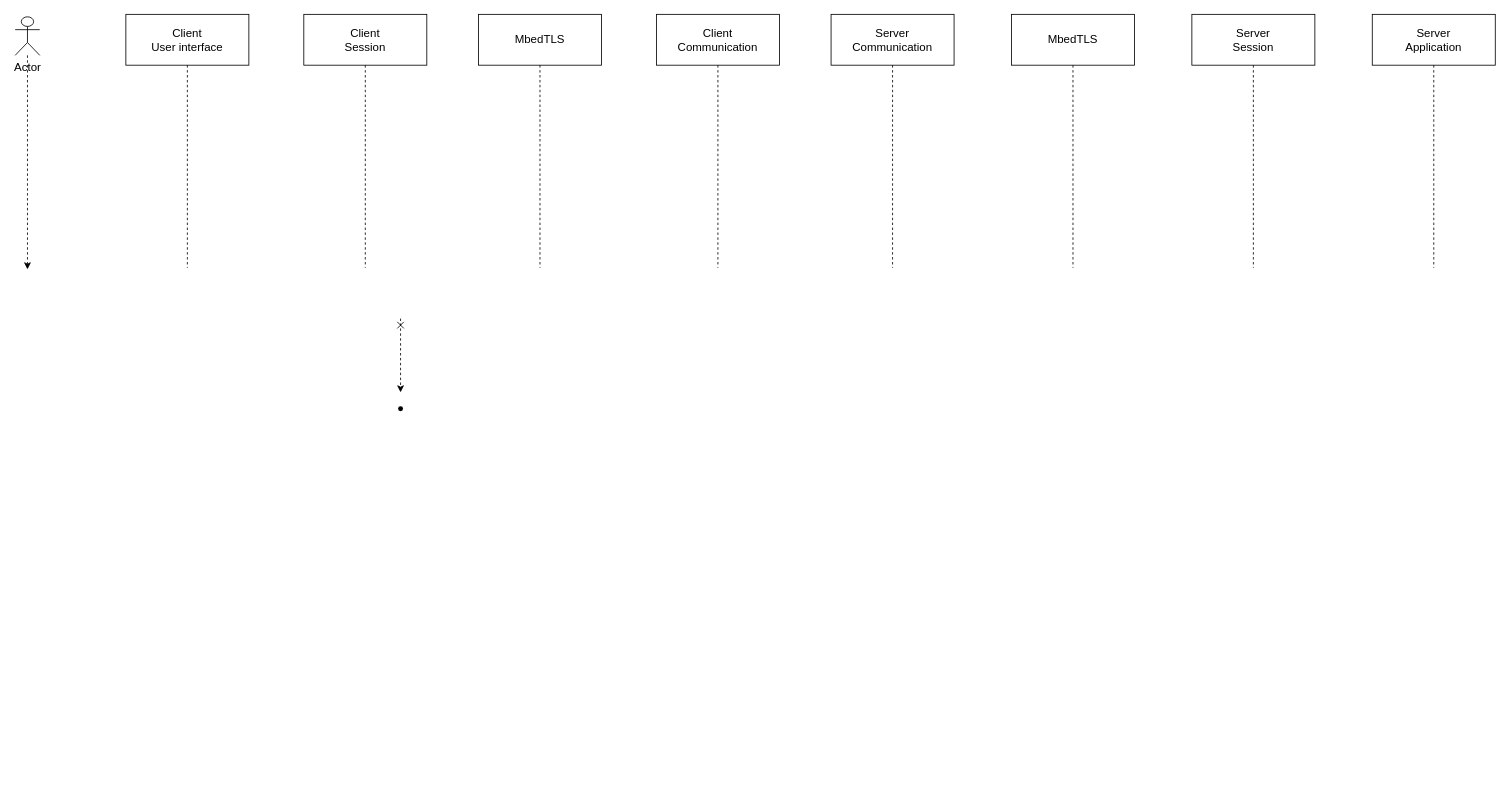
Earlier version of the draw.io diagram docs/system_sequence_diagram.drawio (pernillamoreno/Exam-Security-Project). Source tidied: cells renumbered, new cells numbered last; positions are measured from the earlier drawing's top-left corner, leaving out a move shared by most shapes. Both pictures are drawn from the tidied source at 82%, with x=0, y=0 at pixel (15, 14).
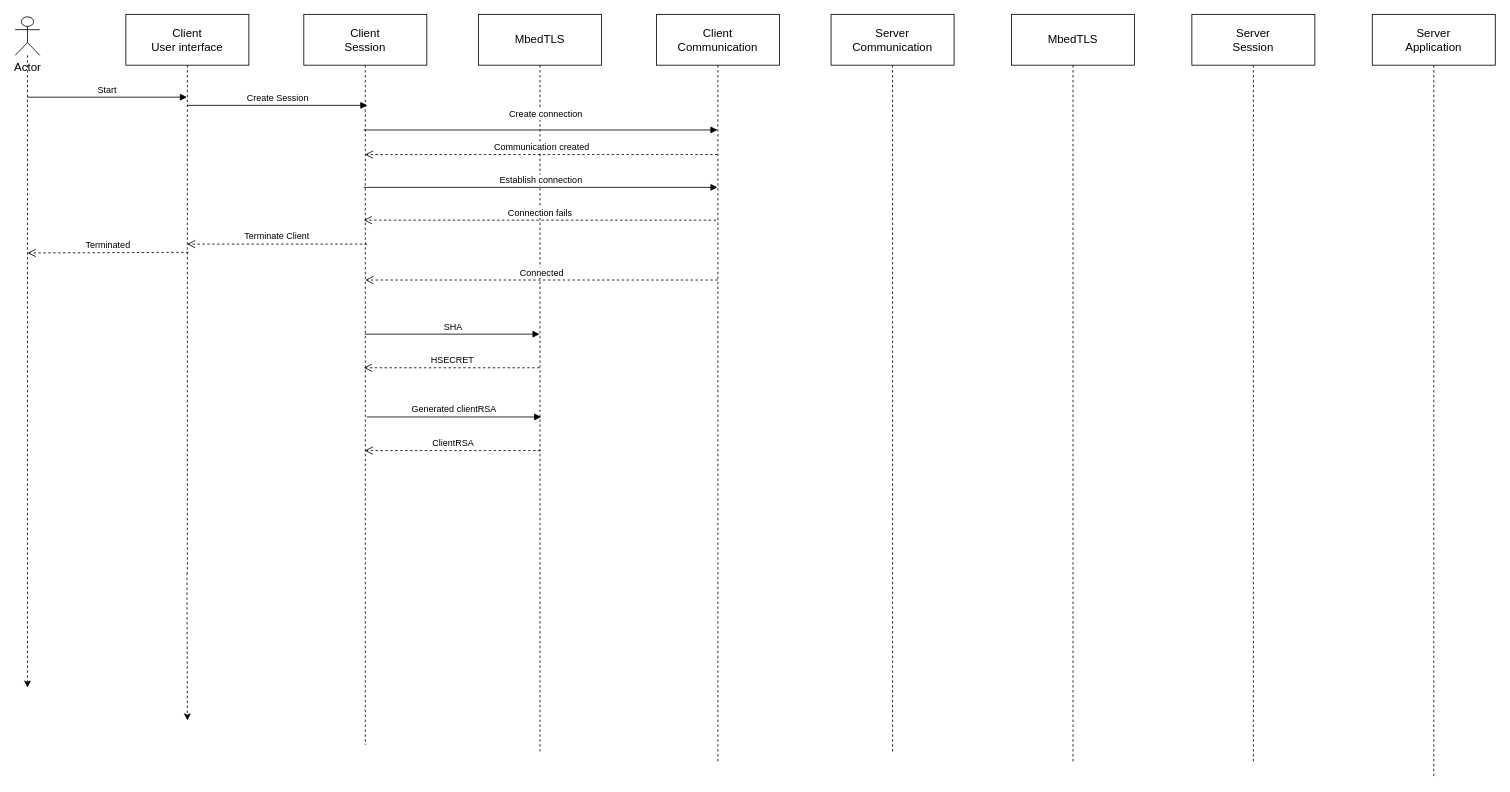
The same diagram, later.

Unchanged cells that the change refers to:
```xml
<mxCell id="11" value="Actor" style="shape=umlActor;verticalLabelPosition=bottom;verticalAlign=top;html=1;fontSize=14;" parent="1" vertex="1">
  <mxGeometry y="3" width="30" height="47" as="geometry" />
</mxCell>
```

The edit, as a diff of the source:
```diff
@@
+    <mxCell id="14" style="edgeStyle=none;html=1;dashed=1;" parent="1" edge="1" source="2">
+      <mxGeometry relative="1" as="geometry">
+        <mxPoint x="210" y="861" as="targetPoint" />
+      </mxGeometry>
+    </mxCell>
     <mxCell id="2" value="&lt;font style=&quot;font-size: 14px;&quot;&gt;Client&lt;br&gt;User interface&lt;br&gt;&lt;/font&gt;" style="shape=umlLifeline;perimeter=lifelinePerimeter;whiteSpace=wrap;html=1;outlineConnect=0;size=62;" parent="1" vertex="1">
-      <mxGeometry x="135" width="150" height="309" as="geometry" />
+      <mxGeometry x="135" width="150" height="681" as="geometry" />
     </mxCell>
     <mxCell id="3" value="&lt;font style=&quot;font-size: 14px;&quot;&gt;Client&lt;br&gt;Session&lt;/font&gt;" style="shape=umlLifeline;perimeter=lifelinePerimeter;whiteSpace=wrap;html=1;outlineConnect=0;size=62;" parent="1" vertex="1">
-      <mxGeometry x="352" width="150" height="309" as="geometry" />
+      <mxGeometry x="352" width="150" height="891" as="geometry" />
     </mxCell>
+    <mxCell id="15" value="Create Session" style="html=1;verticalAlign=bottom;endArrow=block;" parent="3" edge="1" source="2">
+      <mxGeometry relative="1" as="geometry">
+        <mxPoint x="77.5" y="111" as="targetPoint" />
+      </mxGeometry>
+    </mxCell>
     <mxCell id="4" value="&lt;span style=&quot;font-size: 14px;&quot;&gt;MbedTLS&lt;/span&gt;" style="shape=umlLifeline;perimeter=lifelinePerimeter;whiteSpace=wrap;html=1;outlineConnect=0;size=62;" parent="1" vertex="1">
-      <mxGeometry x="565" width="150" height="309" as="geometry" />
+      <mxGeometry x="565" width="150" height="901" as="geometry" />
     </mxCell>
+    <mxCell id="16" value="Create connection" style="html=1;verticalAlign=bottom;endArrow=block;" parent="4" edge="1" target="5">
+      <mxGeometry x="0.03" y="10" relative="1" as="geometry">
+        <mxPoint x="-140" y="141" as="sourcePoint" />
+      </mxGeometry>
+    </mxCell>
+    <mxCell id="17" value="Connection fails" style="html=1;verticalAlign=bottom;endArrow=open;dashed=1;endSize=8;" parent="4" edge="1">
+      <mxGeometry relative="1" as="geometry">
+        <mxPoint x="289.7" y="251" as="sourcePoint" />
+        <mxPoint x="-140" y="251" as="targetPoint" />
+        <Array as="points">
+          <mxPoint x="78.2" y="251" />
+        </Array>
+      </mxGeometry>
+    </mxCell>
+    <mxCell id="18" value="HSECRET" style="html=1;verticalAlign=bottom;endArrow=open;dashed=1;endSize=8;" parent="4" edge="1" source="4">
+      <mxGeometry relative="1" as="geometry">
+        <mxPoint x="-139.8" y="431" as="targetPoint" />
+      </mxGeometry>
+    </mxCell>
     <mxCell id="5" value="&lt;span style=&quot;font-size: 14px;&quot;&gt;Client&lt;br&gt;Communication&lt;br&gt;&lt;/span&gt;" style="shape=umlLifeline;perimeter=lifelinePerimeter;whiteSpace=wrap;html=1;outlineConnect=0;size=62;" parent="1" vertex="1">
-      <mxGeometry x="782" width="150" height="309" as="geometry" />
+      <mxGeometry x="782" width="150" height="911" as="geometry" />
     </mxCell>
     <mxCell id="6" value="&lt;span style=&quot;font-size: 14px;&quot;&gt;Server&lt;br&gt;Communication&lt;br&gt;&lt;/span&gt;" style="shape=umlLifeline;perimeter=lifelinePerimeter;whiteSpace=wrap;html=1;size=62;" parent="1" vertex="1">
-      <mxGeometry x="995" width="150" height="309" as="geometry" />
+      <mxGeometry x="995" width="150" height="901" as="geometry" />
     </mxCell>
     <mxCell id="7" value="&lt;span style=&quot;font-size: 14px;&quot;&gt;MbedTLS&lt;br&gt;&lt;/span&gt;" style="shape=umlLifeline;perimeter=lifelinePerimeter;whiteSpace=wrap;html=1;size=62;" parent="1" vertex="1">
-      <mxGeometry x="1215" width="150" height="309" as="geometry" />
+      <mxGeometry x="1215" width="150" height="911" as="geometry" />
     </mxCell>
     <mxCell id="8" value="&lt;span style=&quot;font-size: 14px;&quot;&gt;Server&lt;br&gt;Session&lt;br&gt;&lt;/span&gt;" style="shape=umlLifeline;perimeter=lifelinePerimeter;whiteSpace=wrap;html=1;size=62;" parent="1" vertex="1">
-      <mxGeometry x="1435" width="150" height="309" as="geometry" />
+      <mxGeometry x="1435" width="150" height="911" as="geometry" />
     </mxCell>
     <mxCell id="9" value="&lt;span style=&quot;font-size: 14px;&quot;&gt;Server&lt;br&gt;Application&lt;br&gt;&lt;/span&gt;" style="shape=umlLifeline;perimeter=lifelinePerimeter;whiteSpace=wrap;html=1;size=62;" parent="1" vertex="1">
-      <mxGeometry x="1655" width="150" height="309" as="geometry" />
+      <mxGeometry x="1655" width="150" height="931" as="geometry" />
     </mxCell>
-    <mxCell id="10" style="edgeStyle=none;jumpStyle=line;html=1;dashed=1;strokeColor=default;fontSize=14;startArrow=none;startFill=0;" parent="1" edge="1" source="11">
-      <mxGeometry relative="1" as="geometry">
-        <mxPoint x="15" y="311" as="targetPoint" />
-      </mxGeometry>
-    </mxCell>
+    <mxCell id="19" style="edgeStyle=none;html=1;dashed=1;" parent="1" edge="1" source="11">
+      <mxGeometry relative="1" as="geometry">
+        <mxPoint x="15" y="821" as="targetPoint" />
+      </mxGeometry>
+    </mxCell>
@@
-    <mxCell id="12" style="shape=waypoint;sketch=0;size=6;fillColor=default;perimeter=centerPerimeter;verticalAlign=top;dashed=1;gradientColor=none;" parent="1" vertex="1">
-      <mxGeometry x="460" y="471" width="20" height="20" as="geometry" />
-    </mxCell>
-    <mxCell id="13" style="edgeStyle=none;jumpStyle=line;html=1;dashed=1;strokeColor=default;startArrow=cross;startFill=0;" parent="1" edge="1">
-      <mxGeometry relative="1" as="geometry">
-        <mxPoint x="470" y="371" as="sourcePoint" />
-        <mxPoint x="470" y="461" as="targetPoint" />
-      </mxGeometry>
-    </mxCell>
+    <mxCell id="20" value="Start" style="html=1;verticalAlign=bottom;endArrow=block;" parent="1" edge="1">
+      <mxGeometry relative="1" as="geometry">
+        <mxPoint x="15" y="101" as="sourcePoint" />
+        <mxPoint x="209.5" y="101" as="targetPoint" />
+      </mxGeometry>
+    </mxCell>
+    <mxCell id="21" value="SHA" style="html=1;verticalAlign=bottom;endArrow=block;" parent="1" edge="1" source="3">
+      <mxGeometry relative="1" as="geometry">
+        <mxPoint x="639.5" y="390" as="targetPoint" />
+      </mxGeometry>
+    </mxCell>
+    <mxCell id="22" value="Establish connection" style="html=1;verticalAlign=bottom;endArrow=block;" parent="1" edge="1" target="5">
+      <mxGeometry relative="1" as="geometry">
+        <mxPoint x="425" y="211" as="sourcePoint" />
+      </mxGeometry>
+    </mxCell>
+    <mxCell id="23" value="Communication created" style="html=1;verticalAlign=bottom;endArrow=open;dashed=1;endSize=8;" parent="1" edge="1" source="5" target="3">
+      <mxGeometry relative="1" as="geometry">
+        <Array as="points">
+          <mxPoint x="645" y="171" />
+        </Array>
+      </mxGeometry>
+    </mxCell>
+    <mxCell id="24" value="Connected" style="html=1;verticalAlign=bottom;endArrow=open;dashed=1;endSize=8;" parent="1" edge="1">
+      <mxGeometry relative="1" as="geometry">
+        <mxPoint x="856.7" y="324" as="sourcePoint" />
+        <mxPoint x="427" y="324" as="targetPoint" />
+        <Array as="points">
+          <mxPoint x="645.2" y="324" />
+        </Array>
+      </mxGeometry>
+    </mxCell>
+    <mxCell id="25" value="Generated clientRSA" style="html=1;verticalAlign=bottom;endArrow=block;" parent="1" edge="1">
+      <mxGeometry relative="1" as="geometry">
+        <mxPoint x="428.8" y="491" as="sourcePoint" />
+        <mxPoint x="641.5" y="491" as="targetPoint" />
+      </mxGeometry>
+    </mxCell>
+    <mxCell id="26" value="ClientRSA" style="html=1;verticalAlign=bottom;endArrow=open;dashed=1;endSize=8;" parent="1" edge="1">
+      <mxGeometry relative="1" as="geometry">
+        <mxPoint x="640.5" y="532" as="sourcePoint" />
+        <mxPoint x="426.2" y="532" as="targetPoint" />
+      </mxGeometry>
+    </mxCell>
+    <mxCell id="27" value="Terminate Client" style="html=1;verticalAlign=bottom;endArrow=open;dashed=1;endSize=8;" parent="1" edge="1" target="2">
+      <mxGeometry relative="1" as="geometry">
+        <mxPoint x="429.3" y="280.2" as="sourcePoint" />
+      </mxGeometry>
+    </mxCell>
+    <mxCell id="28" value="Terminated" style="html=1;verticalAlign=bottom;endArrow=open;dashed=1;endSize=8;" parent="1" edge="1">
+      <mxGeometry relative="1" as="geometry">
+        <mxPoint x="211.3" y="290.2" as="sourcePoint" />
+        <mxPoint x="15" y="291" as="targetPoint" />
+      </mxGeometry>
+    </mxCell>
```
